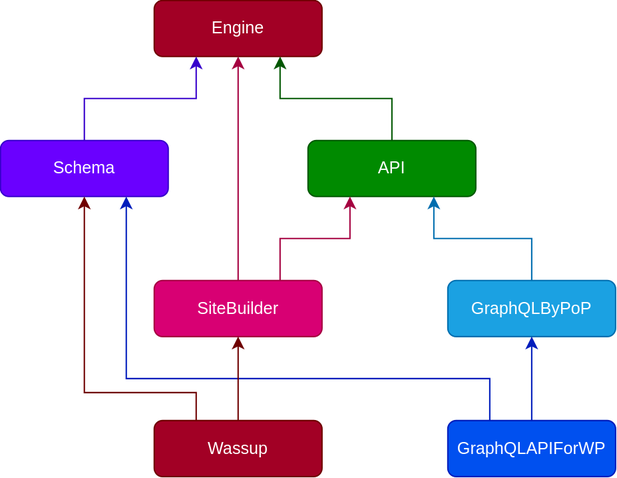
This is assets/img/dependency-graph.svg from GatoGraphQL/GatoGraphQL, a draw.io export, as it was before one commit. Source tidied: cells renumbered, new cells last; positions are measured from the earlier drawing's top-left corner, leaving out a move shared by most shapes. The source it was exported from:
```xml
<mxGraphModel>
  <root>
    <mxCell id="0" />
    <mxCell id="1" parent="0" />
    <mxCell id="2" value="Engine" style="rounded=1;whiteSpace=wrap;html=1;fillColor=#a20025;strokeColor=#6F0000;fontColor=#ffffff;" parent="1" vertex="1">
      <mxGeometry x="110" width="120" height="40" as="geometry" />
    </mxCell>
    <mxCell id="3" style="edgeStyle=orthogonalEdgeStyle;rounded=0;jettySize=auto;html=1;exitX=0.5;exitY=0;exitDx=0;exitDy=0;entryX=0.75;entryY=1;entryDx=0;entryDy=0;fillColor=#008a00;strokeColor=#005700;" parent="1" edge="1" source="4" target="2">
      <mxGeometry relative="1" as="geometry" />
    </mxCell>
    <mxCell id="4" value="API" style="rounded=1;whiteSpace=wrap;html=1;fillColor=#008a00;strokeColor=#005700;fontColor=#ffffff;" parent="1" vertex="1">
      <mxGeometry x="220" y="100" width="120" height="40" as="geometry" />
    </mxCell>
    <mxCell id="5" style="edgeStyle=orthogonalEdgeStyle;rounded=0;jettySize=auto;html=1;exitX=0.5;exitY=0;exitDx=0;exitDy=0;entryX=0.75;entryY=1;entryDx=0;entryDy=0;fillColor=#1ba1e2;strokeColor=#006EAF;" parent="1" edge="1" source="6" target="4">
      <mxGeometry relative="1" as="geometry" />
    </mxCell>
    <mxCell id="6" value="GraphQLByPoP" style="rounded=1;whiteSpace=wrap;html=1;fillColor=#1ba1e2;strokeColor=#006EAF;fontColor=#ffffff;" parent="1" vertex="1">
      <mxGeometry x="320" y="200" width="120" height="40" as="geometry" />
    </mxCell>
    <mxCell id="7" style="edgeStyle=orthogonalEdgeStyle;rounded=0;jettySize=auto;html=1;exitX=0.5;exitY=0;exitDx=0;exitDy=0;entryX=0.5;entryY=1;entryDx=0;entryDy=0;fillColor=#0050ef;strokeColor=#001DBC;" parent="1" edge="1" source="9" target="6">
      <mxGeometry relative="1" as="geometry" />
    </mxCell>
    <mxCell id="8" style="edgeStyle=orthogonalEdgeStyle;rounded=0;jettySize=auto;html=1;exitX=0.25;exitY=0;exitDx=0;exitDy=0;entryX=0.75;entryY=1;entryDx=0;entryDy=0;fillColor=#0050ef;strokeColor=#001DBC;" parent="1" edge="1" source="9" target="11">
      <mxGeometry relative="1" as="geometry">
        <Array as="points">
          <mxPoint x="350" y="270" />
          <mxPoint x="90" y="270" />
        </Array>
      </mxGeometry>
    </mxCell>
    <mxCell id="9" value="GraphQLAPIForWP" style="rounded=1;whiteSpace=wrap;html=1;fillColor=#0050ef;strokeColor=#001DBC;fontColor=#ffffff;" parent="1" vertex="1">
      <mxGeometry x="320" y="300" width="120" height="40" as="geometry" />
    </mxCell>
    <mxCell id="10" style="edgeStyle=orthogonalEdgeStyle;rounded=0;jettySize=auto;html=1;exitX=0.5;exitY=0;exitDx=0;exitDy=0;entryX=0.25;entryY=1;entryDx=0;entryDy=0;fillColor=#6a00ff;strokeColor=#3700CC;" parent="1" edge="1" source="11" target="2">
      <mxGeometry relative="1" as="geometry" />
    </mxCell>
    <mxCell id="11" value="Schema" style="rounded=1;whiteSpace=wrap;html=1;fillColor=#6a00ff;strokeColor=#3700CC;fontColor=#ffffff;" parent="1" vertex="1">
      <mxGeometry y="100" width="120" height="40" as="geometry" />
    </mxCell>
    <mxCell id="12" style="edgeStyle=orthogonalEdgeStyle;rounded=0;jettySize=auto;html=1;exitX=0.5;exitY=0;exitDx=0;exitDy=0;fillColor=#d80073;strokeColor=#A50040;" parent="1" edge="1" source="14">
      <mxGeometry relative="1" as="geometry">
        <mxPoint x="170" y="40" as="targetPoint" />
      </mxGeometry>
    </mxCell>
    <mxCell id="13" style="edgeStyle=orthogonalEdgeStyle;rounded=0;jettySize=auto;html=1;exitX=0.75;exitY=0;exitDx=0;exitDy=0;entryX=0.25;entryY=1;entryDx=0;entryDy=0;fillColor=#d80073;strokeColor=#A50040;" parent="1" edge="1" source="14" target="4">
      <mxGeometry relative="1" as="geometry" />
    </mxCell>
    <mxCell id="14" value="SiteBuilder" style="rounded=1;whiteSpace=wrap;html=1;fillColor=#d80073;strokeColor=#A50040;fontColor=#ffffff;" parent="1" vertex="1">
      <mxGeometry x="110" y="200" width="120" height="40" as="geometry" />
    </mxCell>
    <mxCell id="15" style="edgeStyle=orthogonalEdgeStyle;rounded=0;jettySize=auto;html=1;exitX=0.5;exitY=0;exitDx=0;exitDy=0;entryX=0.5;entryY=1;entryDx=0;entryDy=0;fillColor=#a20025;strokeColor=#6F0000;" parent="1" edge="1" source="17" target="14">
      <mxGeometry relative="1" as="geometry" />
    </mxCell>
    <mxCell id="16" style="edgeStyle=orthogonalEdgeStyle;rounded=0;jettySize=auto;html=1;exitX=0.25;exitY=0;exitDx=0;exitDy=0;entryX=0.5;entryY=1;entryDx=0;entryDy=0;fillColor=#a20025;strokeColor=#6F0000;" parent="1" edge="1" source="17" target="11">
      <mxGeometry relative="1" as="geometry">
        <Array as="points">
          <mxPoint x="140" y="280" />
          <mxPoint x="60" y="280" />
        </Array>
      </mxGeometry>
    </mxCell>
    <mxCell id="17" value="Wassup" style="rounded=1;whiteSpace=wrap;html=1;fillColor=#a20025;strokeColor=#6F0000;fontColor=#ffffff;" parent="1" vertex="1">
      <mxGeometry x="110" y="300" width="120" height="40" as="geometry" />
    </mxCell>
  </root>
</mxGraphModel>
```
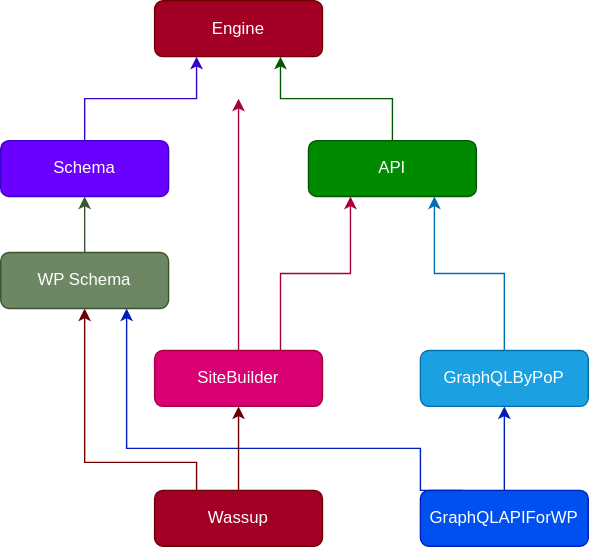
Above is the later version.

Commit message:
Updated dependency graph

Diff of the diagram source:
```diff
@@ -3,39 +3,39 @@
     <mxCell id="0" />
     <mxCell id="1" parent="0" />
     <mxCell id="2" value="Engine" style="rounded=1;whiteSpace=wrap;html=1;fillColor=#a20025;strokeColor=#6F0000;fontColor=#ffffff;" parent="1" vertex="1">
-      <mxGeometry x="110" width="120" height="40" as="geometry" />
+      <mxGeometry x="110" y="-30" width="120" height="40" as="geometry" />
     </mxCell>
     <mxCell id="3" style="edgeStyle=orthogonalEdgeStyle;rounded=0;jettySize=auto;html=1;exitX=0.5;exitY=0;exitDx=0;exitDy=0;entryX=0.75;entryY=1;entryDx=0;entryDy=0;fillColor=#008a00;strokeColor=#005700;" parent="1" edge="1" source="4" target="2">
       <mxGeometry relative="1" as="geometry" />
     </mxCell>
     <mxCell id="4" value="API" style="rounded=1;whiteSpace=wrap;html=1;fillColor=#008a00;strokeColor=#005700;fontColor=#ffffff;" parent="1" vertex="1">
-      <mxGeometry x="220" y="100" width="120" height="40" as="geometry" />
+      <mxGeometry x="220" y="70" width="120" height="40" as="geometry" />
     </mxCell>
     <mxCell id="5" style="edgeStyle=orthogonalEdgeStyle;rounded=0;jettySize=auto;html=1;exitX=0.5;exitY=0;exitDx=0;exitDy=0;entryX=0.75;entryY=1;entryDx=0;entryDy=0;fillColor=#1ba1e2;strokeColor=#006EAF;" parent="1" edge="1" source="6" target="4">
       <mxGeometry relative="1" as="geometry" />
     </mxCell>
     <mxCell id="6" value="GraphQLByPoP" style="rounded=1;whiteSpace=wrap;html=1;fillColor=#1ba1e2;strokeColor=#006EAF;fontColor=#ffffff;" parent="1" vertex="1">
-      <mxGeometry x="320" y="200" width="120" height="40" as="geometry" />
+      <mxGeometry x="300" y="220" width="120" height="40" as="geometry" />
     </mxCell>
     <mxCell id="7" style="edgeStyle=orthogonalEdgeStyle;rounded=0;jettySize=auto;html=1;exitX=0.5;exitY=0;exitDx=0;exitDy=0;entryX=0.5;entryY=1;entryDx=0;entryDy=0;fillColor=#0050ef;strokeColor=#001DBC;" parent="1" edge="1" source="9" target="6">
       <mxGeometry relative="1" as="geometry" />
     </mxCell>
-    <mxCell id="8" style="edgeStyle=orthogonalEdgeStyle;rounded=0;jettySize=auto;html=1;exitX=0.25;exitY=0;exitDx=0;exitDy=0;entryX=0.75;entryY=1;entryDx=0;entryDy=0;fillColor=#0050ef;strokeColor=#001DBC;" parent="1" edge="1" source="9" target="11">
+    <mxCell id="8" style="edgeStyle=orthogonalEdgeStyle;rounded=0;jettySize=auto;html=1;exitX=0.25;exitY=0;exitDx=0;exitDy=0;entryX=0.75;entryY=1;entryDx=0;entryDy=0;fillColor=#0050ef;strokeColor=#001DBC;" parent="1" edge="1" source="9" target="19">
       <mxGeometry relative="1" as="geometry">
         <Array as="points">
-          <mxPoint x="350" y="270" />
-          <mxPoint x="90" y="270" />
+          <mxPoint x="300" y="290" />
+          <mxPoint x="90" y="290" />
         </Array>
       </mxGeometry>
     </mxCell>
     <mxCell id="9" value="GraphQLAPIForWP" style="rounded=1;whiteSpace=wrap;html=1;fillColor=#0050ef;strokeColor=#001DBC;fontColor=#ffffff;" parent="1" vertex="1">
-      <mxGeometry x="320" y="300" width="120" height="40" as="geometry" />
+      <mxGeometry x="300" y="320" width="120" height="40" as="geometry" />
     </mxCell>
     <mxCell id="10" style="edgeStyle=orthogonalEdgeStyle;rounded=0;jettySize=auto;html=1;exitX=0.5;exitY=0;exitDx=0;exitDy=0;entryX=0.25;entryY=1;entryDx=0;entryDy=0;fillColor=#6a00ff;strokeColor=#3700CC;" parent="1" edge="1" source="11" target="2">
       <mxGeometry relative="1" as="geometry" />
     </mxCell>
     <mxCell id="11" value="Schema" style="rounded=1;whiteSpace=wrap;html=1;fillColor=#6a00ff;strokeColor=#3700CC;fontColor=#ffffff;" parent="1" vertex="1">
-      <mxGeometry y="100" width="120" height="40" as="geometry" />
+      <mxGeometry y="70" width="120" height="40" as="geometry" />
     </mxCell>
     <mxCell id="12" style="edgeStyle=orthogonalEdgeStyle;rounded=0;jettySize=auto;html=1;exitX=0.5;exitY=0;exitDx=0;exitDy=0;fillColor=#d80073;strokeColor=#A50040;" parent="1" edge="1" source="14">
       <mxGeometry relative="1" as="geometry">
@@ -46,21 +46,27 @@
       <mxGeometry relative="1" as="geometry" />
     </mxCell>
     <mxCell id="14" value="SiteBuilder" style="rounded=1;whiteSpace=wrap;html=1;fillColor=#d80073;strokeColor=#A50040;fontColor=#ffffff;" parent="1" vertex="1">
-      <mxGeometry x="110" y="200" width="120" height="40" as="geometry" />
+      <mxGeometry x="110" y="220" width="120" height="40" as="geometry" />
     </mxCell>
     <mxCell id="15" style="edgeStyle=orthogonalEdgeStyle;rounded=0;jettySize=auto;html=1;exitX=0.5;exitY=0;exitDx=0;exitDy=0;entryX=0.5;entryY=1;entryDx=0;entryDy=0;fillColor=#a20025;strokeColor=#6F0000;" parent="1" edge="1" source="17" target="14">
       <mxGeometry relative="1" as="geometry" />
     </mxCell>
-    <mxCell id="16" style="edgeStyle=orthogonalEdgeStyle;rounded=0;jettySize=auto;html=1;exitX=0.25;exitY=0;exitDx=0;exitDy=0;entryX=0.5;entryY=1;entryDx=0;entryDy=0;fillColor=#a20025;strokeColor=#6F0000;" parent="1" edge="1" source="17" target="11">
+    <mxCell id="16" style="edgeStyle=orthogonalEdgeStyle;rounded=0;jettySize=auto;html=1;exitX=0.25;exitY=0;exitDx=0;exitDy=0;entryX=0.5;entryY=1;entryDx=0;entryDy=0;fillColor=#a20025;strokeColor=#6F0000;" parent="1" edge="1" source="17" target="19">
       <mxGeometry relative="1" as="geometry">
         <Array as="points">
-          <mxPoint x="140" y="280" />
-          <mxPoint x="60" y="280" />
+          <mxPoint x="140" y="300" />
+          <mxPoint x="60" y="300" />
         </Array>
       </mxGeometry>
     </mxCell>
     <mxCell id="17" value="Wassup" style="rounded=1;whiteSpace=wrap;html=1;fillColor=#a20025;strokeColor=#6F0000;fontColor=#ffffff;" parent="1" vertex="1">
-      <mxGeometry x="110" y="300" width="120" height="40" as="geometry" />
+      <mxGeometry x="110" y="320" width="120" height="40" as="geometry" />
     </mxCell>
+    <mxCell id="18" style="edgeStyle=orthogonalEdgeStyle;rounded=0;jettySize=auto;html=1;exitX=0.5;exitY=0;exitDx=0;exitDy=0;entryX=0.5;entryY=1;entryDx=0;entryDy=0;fillColor=#6d8764;strokeColor=#3A5431;" parent="1" edge="1" source="19" target="11">
+      <mxGeometry relative="1" as="geometry" />
+    </mxCell>
+    <mxCell id="19" value="WP Schema" style="rounded=1;whiteSpace=wrap;html=1;fillColor=#6d8764;strokeColor=#3A5431;fontColor=#ffffff;" parent="1" vertex="1">
+      <mxGeometry y="150" width="120" height="40" as="geometry" />
+    </mxCell>
   </root>
 </mxGraphModel>
```
